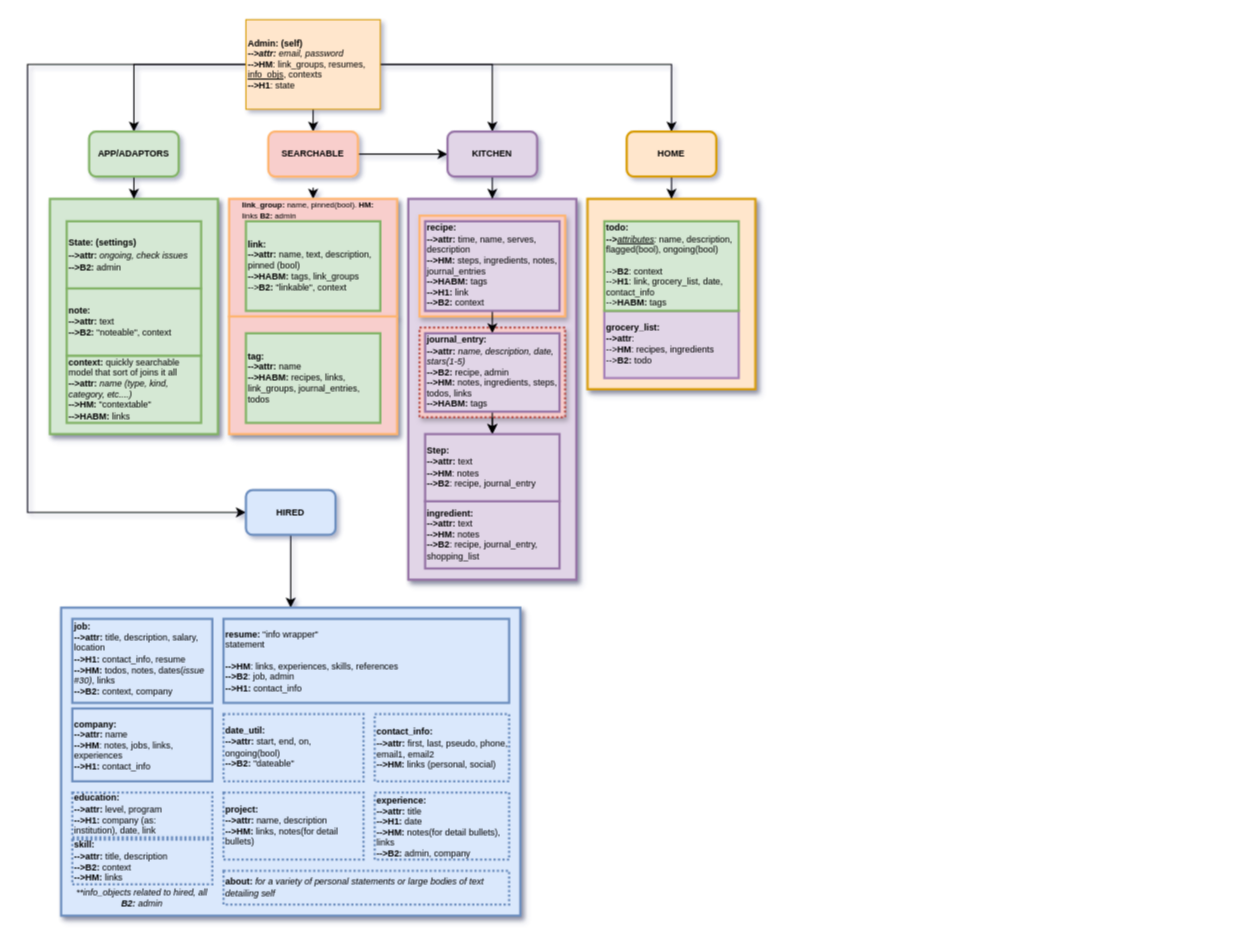
This is docs/self.oo-map.drawio from horaciovelvetine/horaciovelvetine, a draw.io file, before an edit. Source tidied: cells renumbered, new cells numbered last; positions are measured from the earlier drawing's top-left corner, leaving out a move shared by most shapes. Both pictures are drawn from the tidied source at 112%, with x=0, y=0 at pixel (27, 19).
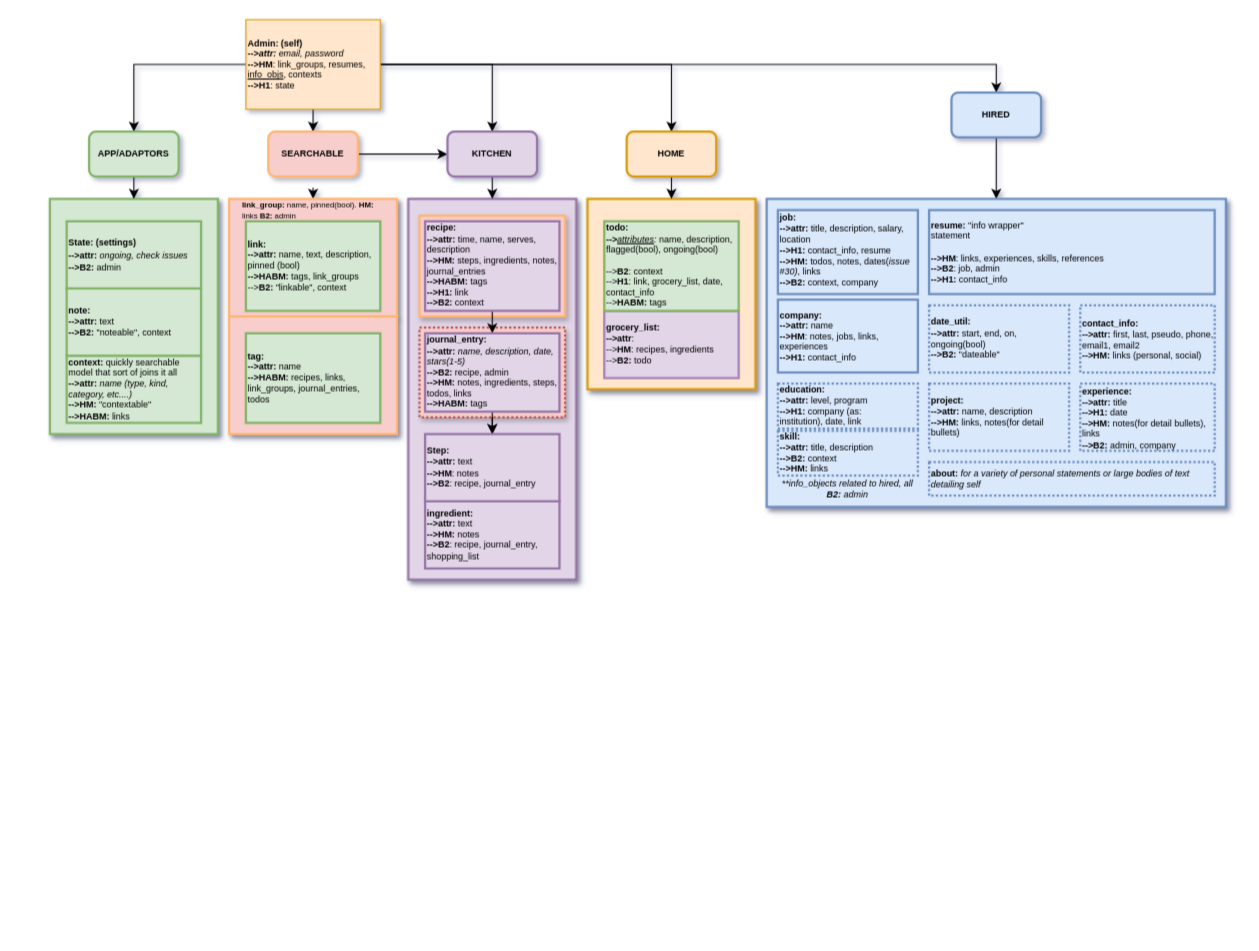
The same diagram, later.

The change refers to these unchanged cells:
```xml
<mxCell id="10" value="&lt;b&gt;Admin: (self)&lt;/b&gt;&lt;br&gt;&lt;b&gt;--&amp;gt;&lt;/b&gt;&lt;i&gt;&lt;b&gt;attr:&lt;/b&gt; email, password&lt;/i&gt;&lt;br&gt;&lt;b&gt;--&amp;gt;HM&lt;/b&gt;: link_groups, resumes, &lt;u&gt;info_objs&lt;/u&gt;, contexts&lt;br&gt;&lt;b&gt;--&amp;gt;H1&lt;/b&gt;: state" style="rounded=0;whiteSpace=wrap;html=1;fontSize=8;align=left;fillColor=#ffe6cc;strokeColor=#d79b00;rotation=0;" parent="1" vertex="1">
  <mxGeometry x="195" width="120" height="80" as="geometry" />
</mxCell>
```

Diff of the diagram source:
```diff
@@
-    <mxCell id="9" style="edgeStyle=orthogonalEdgeStyle;rounded=0;jettySize=auto;html=1;exitX=0;exitY=0.5;exitDx=0;exitDy=0;entryX=0;entryY=0.5;entryDx=0;entryDy=0;fontSize=8;fontColor=none;" parent="1" edge="1" source="10" target="38">
-      <mxGeometry relative="1" as="geometry">
-        <Array as="points">
-          <mxPoint y="40" />
-          <mxPoint y="440" />
-        </Array>
-      </mxGeometry>
+    <mxCell id="9" style="edgeStyle=orthogonalEdgeStyle;rounded=0;jettySize=auto;html=1;exitX=1;exitY=0.5;exitDx=0;exitDy=0;entryX=0.5;entryY=0;entryDx=0;entryDy=0;" parent="1" edge="1" source="10" target="38">
+      <mxGeometry relative="1" as="geometry" />
     </mxCell>
@@
     <mxCell id="38" value="&lt;b&gt;HIRED&lt;br&gt;&lt;/b&gt;" style="rounded=1;whiteSpace=wrap;html=1;fontSize=8;align=center;fillColor=#dae8fc;strokeColor=#6c8ebf;rotation=0;strokeWidth=2;" parent="1" vertex="1">
-      <mxGeometry x="195" y="420" width="80" height="40" as="geometry" />
+      <mxGeometry x="825" y="65" width="80" height="40" as="geometry" />
     </mxCell>
@@
+    <mxCell id="53" style="group;" parent="1" vertex="1">
+      <mxGeometry x="660" y="160" width="410" height="275" as="geometry" />
+    </mxCell>
-    <mxCell id="41" style="rounded=0;whiteSpace=wrap;html=1;shadow=1;glass=0;sketch=0;fontSize=7;strokeColor=#6c8ebf;strokeWidth=2;fillColor=#dae8fc;" parent="1" vertex="1">
-      <mxGeometry x="30" y="525" width="410" height="275" as="geometry" />
+    <mxCell id="41" style="rounded=0;whiteSpace=wrap;html=1;shadow=1;glass=0;sketch=0;fontSize=7;strokeColor=#6c8ebf;strokeWidth=2;fillColor=#dae8fc;" parent="53" vertex="1">
+      <mxGeometry width="410" height="275" as="geometry" />
     </mxCell>
-    <mxCell id="42" value="&lt;b&gt;company:&lt;/b&gt;&lt;br&gt;&lt;b&gt;--&amp;gt;attr:&lt;/b&gt; name&lt;br&gt;&lt;b&gt;--&amp;gt;HM&lt;/b&gt;: notes, jobs, links, experiences&lt;br&gt;&lt;b&gt;--&amp;gt;H1: &lt;/b&gt;contact_info" style="rounded=0;whiteSpace=wrap;html=1;fontSize=8;align=left;fillColor=#dae8fc;strokeColor=#6c8ebf;rotation=0;strokeWidth=2;" parent="1" vertex="1">
-      <mxGeometry x="40" y="615" width="125" height="65" as="geometry" />
+    <mxCell id="42" value="&lt;b&gt;company:&lt;/b&gt;&lt;br&gt;&lt;b&gt;--&amp;gt;attr:&lt;/b&gt; name&lt;br&gt;&lt;b&gt;--&amp;gt;HM&lt;/b&gt;: notes, jobs, links, experiences&lt;br&gt;&lt;b&gt;--&amp;gt;H1: &lt;/b&gt;contact_info" style="rounded=0;whiteSpace=wrap;html=1;fontSize=8;align=left;fillColor=#dae8fc;strokeColor=#6c8ebf;rotation=0;strokeWidth=2;" parent="53" vertex="1">
+      <mxGeometry x="10" y="90" width="125" height="65" as="geometry" />
     </mxCell>
-    <mxCell id="43" value="&lt;b&gt;resume: &lt;/b&gt;&quot;info wrapper&quot;&lt;br&gt;statement&lt;br&gt;&lt;br&gt;&lt;b&gt;--&amp;gt;HM&lt;/b&gt;: links, experiences, skills, references&lt;br&gt;&lt;b&gt;--&amp;gt;B2&lt;/b&gt;: job, admin&lt;br&gt;&lt;b&gt;--&amp;gt;H1:&lt;/b&gt; contact_info" style="rounded=0;whiteSpace=wrap;html=1;fontSize=8;align=left;fillColor=#dae8fc;strokeColor=#6c8ebf;rotation=0;strokeWidth=2;" parent="1" vertex="1">
-      <mxGeometry x="175" y="535" width="255" height="75" as="geometry" />
+    <mxCell id="43" value="&lt;b&gt;resume: &lt;/b&gt;&quot;info wrapper&quot;&lt;br&gt;statement&lt;br&gt;&lt;br&gt;&lt;b&gt;--&amp;gt;HM&lt;/b&gt;: links, experiences, skills, references&lt;br&gt;&lt;b&gt;--&amp;gt;B2&lt;/b&gt;: job, admin&lt;br&gt;&lt;b&gt;--&amp;gt;H1:&lt;/b&gt; contact_info" style="rounded=0;whiteSpace=wrap;html=1;fontSize=8;align=left;fillColor=#dae8fc;strokeColor=#6c8ebf;rotation=0;strokeWidth=2;" parent="53" vertex="1">
+      <mxGeometry x="145" y="10" width="255" height="75" as="geometry" />
     </mxCell>
-    <mxCell id="44" value="&lt;font size=&quot;1&quot;&gt;&lt;span style=&quot;font-size: 8px&quot;&gt;&lt;b&gt;contact_info:&lt;/b&gt;&lt;br&gt;&lt;div&gt;&lt;b style=&quot;font-weight: bold&quot;&gt;--&amp;gt;&lt;/b&gt;&lt;b&gt;attr:&lt;/b&gt; first, last, pseudo, phone, email1, email2&lt;/div&gt;&lt;div&gt;&lt;b&gt;--&amp;gt;HM: &lt;/b&gt;links (personal, social)&lt;/div&gt;&lt;/span&gt;&lt;/font&gt;" style="rounded=0;whiteSpace=wrap;html=1;shadow=0;glass=0;sketch=0;fontSize=7;strokeColor=#6c8ebf;strokeWidth=2;fillColor=#dae8fc;align=left;dashed=1;dashPattern=1 1;" parent="1" vertex="1">
-      <mxGeometry x="310" y="620" width="120" height="60" as="geometry" />
+    <mxCell id="44" value="&lt;font size=&quot;1&quot;&gt;&lt;span style=&quot;font-size: 8px&quot;&gt;&lt;b&gt;contact_info:&lt;/b&gt;&lt;br&gt;&lt;div&gt;&lt;b style=&quot;font-weight: bold&quot;&gt;--&amp;gt;&lt;/b&gt;&lt;b&gt;attr:&lt;/b&gt; first, last, pseudo, phone, email1, email2&lt;/div&gt;&lt;div&gt;&lt;b&gt;--&amp;gt;HM: &lt;/b&gt;links (personal, social)&lt;/div&gt;&lt;/span&gt;&lt;/font&gt;" style="rounded=0;whiteSpace=wrap;html=1;shadow=0;glass=0;sketch=0;fontSize=7;strokeColor=#6c8ebf;strokeWidth=2;fillColor=#dae8fc;align=left;dashed=1;dashPattern=1 1;" parent="53" vertex="1">
+      <mxGeometry x="280" y="95" width="120" height="60" as="geometry" />
     </mxCell>
-    <mxCell id="45" value="&lt;font size=&quot;1&quot;&gt;&lt;span style=&quot;font-size: 8px&quot;&gt;&lt;b&gt;experience:&lt;/b&gt;&lt;br&gt;&lt;div&gt;&lt;b style=&quot;font-weight: bold&quot;&gt;--&amp;gt;&lt;/b&gt;&lt;b&gt;attr:&lt;/b&gt;&amp;nbsp;title&lt;/div&gt;&lt;div&gt;&lt;b&gt;--&amp;gt;H1: &lt;/b&gt;date&lt;/div&gt;&lt;div&gt;&lt;b&gt;--&amp;gt;HM: &lt;/b&gt;notes(for detail bullets), links&lt;/div&gt;&lt;div&gt;&lt;b&gt;--&amp;gt;B2: &lt;/b&gt;admin, company&lt;/div&gt;&lt;/span&gt;&lt;/font&gt;" style="rounded=0;whiteSpace=wrap;html=1;shadow=0;glass=0;sketch=0;fontSize=7;strokeColor=#6c8ebf;strokeWidth=2;fillColor=#dae8fc;align=left;dashed=1;dashPattern=1 1;" parent="1" vertex="1">
-      <mxGeometry x="310" y="690" width="120" height="60" as="geometry" />
+    <mxCell id="45" value="&lt;font size=&quot;1&quot;&gt;&lt;span style=&quot;font-size: 8px&quot;&gt;&lt;b&gt;experience:&lt;/b&gt;&lt;br&gt;&lt;div&gt;&lt;b style=&quot;font-weight: bold&quot;&gt;--&amp;gt;&lt;/b&gt;&lt;b&gt;attr:&lt;/b&gt;&amp;nbsp;title&lt;/div&gt;&lt;div&gt;&lt;b&gt;--&amp;gt;H1: &lt;/b&gt;date&lt;/div&gt;&lt;div&gt;&lt;b&gt;--&amp;gt;HM: &lt;/b&gt;notes(for detail bullets), links&lt;/div&gt;&lt;div&gt;&lt;b&gt;--&amp;gt;B2: &lt;/b&gt;admin, company&lt;/div&gt;&lt;/span&gt;&lt;/font&gt;" style="rounded=0;whiteSpace=wrap;html=1;shadow=0;glass=0;sketch=0;fontSize=7;strokeColor=#6c8ebf;strokeWidth=2;fillColor=#dae8fc;align=left;dashed=1;dashPattern=1 1;" parent="53" vertex="1">
+      <mxGeometry x="280" y="165" width="120" height="60" as="geometry" />
     </mxCell>
-    <mxCell id="46" value="&lt;span style=&quot;font-size: 8px&quot;&gt;&lt;b&gt;skill:&lt;/b&gt;&lt;br&gt;&lt;b&gt;--&amp;gt;attr: &lt;/b&gt;title, description&lt;br&gt;&lt;b&gt;--&amp;gt;B2: &lt;/b&gt;context&lt;br&gt;&lt;b&gt;--&amp;gt;HM: &lt;/b&gt;links&lt;br&gt;&lt;/span&gt;" style="rounded=0;whiteSpace=wrap;html=1;shadow=0;glass=0;sketch=0;fontSize=7;strokeColor=#6c8ebf;strokeWidth=2;fillColor=#dae8fc;align=left;dashed=1;dashPattern=1 1;" parent="1" vertex="1">
-      <mxGeometry x="40" y="732" width="125" height="40" as="geometry" />
+    <mxCell id="46" value="&lt;span style=&quot;font-size: 8px&quot;&gt;&lt;b&gt;skill:&lt;/b&gt;&lt;br&gt;&lt;b&gt;--&amp;gt;attr: &lt;/b&gt;title, description&lt;br&gt;&lt;b&gt;--&amp;gt;B2: &lt;/b&gt;context&lt;br&gt;&lt;b&gt;--&amp;gt;HM: &lt;/b&gt;links&lt;br&gt;&lt;/span&gt;" style="rounded=0;whiteSpace=wrap;html=1;shadow=0;glass=0;sketch=0;fontSize=7;strokeColor=#6c8ebf;strokeWidth=2;fillColor=#dae8fc;align=left;dashed=1;dashPattern=1 1;" parent="53" vertex="1">
+      <mxGeometry x="10" y="207" width="125" height="40" as="geometry" />
     </mxCell>
-    <mxCell id="47" value="&lt;span style=&quot;font-size: 8px&quot;&gt;&lt;b&gt;date_util:&lt;br&gt;--&amp;gt;attr: &lt;/b&gt;start, end, on, ongoing(bool)&lt;br&gt;&lt;b&gt;--&amp;gt;B2: &lt;/b&gt;&quot;dateable&quot;&lt;br&gt;&lt;/span&gt;" style="rounded=0;whiteSpace=wrap;html=1;shadow=0;glass=0;sketch=0;fontSize=7;strokeColor=#6c8ebf;strokeWidth=2;fillColor=#dae8fc;align=left;dashed=1;dashPattern=1 1;" parent="1" vertex="1">
-      <mxGeometry x="175" y="620" width="125" height="60" as="geometry" />
+    <mxCell id="47" value="&lt;span style=&quot;font-size: 8px&quot;&gt;&lt;b&gt;date_util:&lt;br&gt;--&amp;gt;attr: &lt;/b&gt;start, end, on, ongoing(bool)&lt;br&gt;&lt;b&gt;--&amp;gt;B2: &lt;/b&gt;&quot;dateable&quot;&lt;br&gt;&lt;/span&gt;" style="rounded=0;whiteSpace=wrap;html=1;shadow=0;glass=0;sketch=0;fontSize=7;strokeColor=#6c8ebf;strokeWidth=2;fillColor=#dae8fc;align=left;dashed=1;dashPattern=1 1;" parent="53" vertex="1">
+      <mxGeometry x="145" y="95" width="125" height="60" as="geometry" />
     </mxCell>
-    <mxCell id="48" value="&lt;span style=&quot;font-size: 8px&quot;&gt;&lt;b&gt;project:&lt;br&gt;--&amp;gt;attr:&lt;/b&gt; name, description&lt;br&gt;&lt;b&gt;--&amp;gt;HM: &lt;/b&gt;links, notes(&lt;/span&gt;&lt;span style=&quot;font-size: 8px&quot;&gt;for detail bullets&lt;/span&gt;&lt;span style=&quot;font-size: 8px&quot;&gt;)&lt;br&gt;&lt;/span&gt;" style="rounded=0;whiteSpace=wrap;html=1;shadow=0;glass=0;sketch=0;fontSize=7;strokeColor=#6c8ebf;strokeWidth=2;fillColor=#dae8fc;align=left;dashed=1;dashPattern=1 1;" parent="1" vertex="1">
-      <mxGeometry x="175" y="690" width="125" height="60" as="geometry" />
+    <mxCell id="48" value="&lt;span style=&quot;font-size: 8px&quot;&gt;&lt;b&gt;project:&lt;br&gt;--&amp;gt;attr:&lt;/b&gt; name, description&lt;br&gt;&lt;b&gt;--&amp;gt;HM: &lt;/b&gt;links, notes(&lt;/span&gt;&lt;span style=&quot;font-size: 8px&quot;&gt;for detail bullets&lt;/span&gt;&lt;span style=&quot;font-size: 8px&quot;&gt;)&lt;br&gt;&lt;/span&gt;" style="rounded=0;whiteSpace=wrap;html=1;shadow=0;glass=0;sketch=0;fontSize=7;strokeColor=#6c8ebf;strokeWidth=2;fillColor=#dae8fc;align=left;dashed=1;dashPattern=1 1;" parent="53" vertex="1">
+      <mxGeometry x="145" y="165" width="125" height="60" as="geometry" />
     </mxCell>
-    <mxCell id="49" value="&lt;span style=&quot;font-size: 8px&quot;&gt;&lt;b&gt;job:&lt;/b&gt;&lt;br&gt;&lt;b&gt;--&amp;gt;attr: &lt;/b&gt;title, description, salary, location&lt;br&gt;&lt;b&gt;--&amp;gt;H1: &lt;/b&gt;contact_info, resume&lt;br&gt;&lt;b&gt;--&amp;gt;HM: &lt;/b&gt;todos, notes, dates(&lt;i&gt;issue #30)&lt;/i&gt;, links&lt;br&gt;&lt;b&gt;--&amp;gt;B2: &lt;/b&gt;context, company&lt;br&gt;&lt;br&gt;&lt;/span&gt;" style="rounded=0;whiteSpace=wrap;html=1;shadow=0;glass=0;sketch=0;fontSize=7;strokeColor=#6c8ebf;strokeWidth=2;fillColor=#dae8fc;align=left;labelPosition=center;verticalLabelPosition=middle;verticalAlign=middle;spacingTop=7;" parent="1" vertex="1">
-      <mxGeometry x="40" y="535" width="125" height="75" as="geometry" />
+    <mxCell id="49" value="&lt;span style=&quot;font-size: 8px&quot;&gt;&lt;b&gt;job:&lt;/b&gt;&lt;br&gt;&lt;b&gt;--&amp;gt;attr: &lt;/b&gt;title, description, salary, location&lt;br&gt;&lt;b&gt;--&amp;gt;H1: &lt;/b&gt;contact_info, resume&lt;br&gt;&lt;b&gt;--&amp;gt;HM: &lt;/b&gt;todos, notes, dates(&lt;i&gt;issue #30)&lt;/i&gt;, links&lt;br&gt;&lt;b&gt;--&amp;gt;B2: &lt;/b&gt;context, company&lt;br&gt;&lt;br&gt;&lt;/span&gt;" style="rounded=0;whiteSpace=wrap;html=1;shadow=0;glass=0;sketch=0;fontSize=7;strokeColor=#6c8ebf;strokeWidth=2;fillColor=#dae8fc;align=left;labelPosition=center;verticalLabelPosition=middle;verticalAlign=middle;spacingTop=7;" parent="53" vertex="1">
+      <mxGeometry x="10" y="10" width="125" height="75" as="geometry" />
     </mxCell>
-    <mxCell id="50" value="&lt;span style=&quot;font-size: 8px&quot;&gt;&lt;b&gt;education:&lt;br&gt;--&amp;gt;attr: &lt;/b&gt;level, program&amp;nbsp;&lt;b&gt;&lt;br&gt;--&amp;gt;H1: &lt;/b&gt;company (as: institution),&lt;b&gt;&amp;nbsp;&lt;/b&gt;date, link&lt;/span&gt;&lt;span style=&quot;font-size: 8px&quot;&gt;&lt;br&gt;&lt;/span&gt;" style="rounded=0;whiteSpace=wrap;html=1;shadow=0;glass=0;sketch=0;fontSize=7;strokeColor=#6c8ebf;strokeWidth=2;fillColor=#dae8fc;align=left;dashed=1;dashPattern=1 1;" parent="1" vertex="1">
-      <mxGeometry x="40" y="690" width="125" height="40" as="geometry" />
+    <mxCell id="50" value="&lt;span style=&quot;font-size: 8px&quot;&gt;&lt;b&gt;education:&lt;br&gt;--&amp;gt;attr: &lt;/b&gt;level, program&amp;nbsp;&lt;b&gt;&lt;br&gt;--&amp;gt;H1: &lt;/b&gt;company (as: institution),&lt;b&gt;&amp;nbsp;&lt;/b&gt;date, link&lt;/span&gt;&lt;span style=&quot;font-size: 8px&quot;&gt;&lt;br&gt;&lt;/span&gt;" style="rounded=0;whiteSpace=wrap;html=1;shadow=0;glass=0;sketch=0;fontSize=7;strokeColor=#6c8ebf;strokeWidth=2;fillColor=#dae8fc;align=left;dashed=1;dashPattern=1 1;" parent="53" vertex="1">
+      <mxGeometry x="10" y="165" width="125" height="40" as="geometry" />
     </mxCell>
-    <mxCell id="51" value="&lt;i&gt;**info_objects related to hired, all &lt;b&gt;B2: &lt;/b&gt;admin&lt;/i&gt;" style="text;html=1;strokeColor=none;fillColor=none;align=center;verticalAlign=middle;whiteSpace=wrap;rounded=0;labelPosition=center;verticalLabelPosition=middle;fontSize=8;" parent="1" vertex="1">
-      <mxGeometry x="40" y="772" width="125" height="23" as="geometry" />
+    <mxCell id="51" value="&lt;i&gt;**info_objects related to hired, all &lt;b&gt;B2: &lt;/b&gt;admin&lt;/i&gt;" style="text;html=1;strokeColor=none;fillColor=none;align=center;verticalAlign=middle;whiteSpace=wrap;rounded=0;labelPosition=center;verticalLabelPosition=middle;fontSize=8;" parent="53" vertex="1">
+      <mxGeometry x="10" y="247" width="125" height="23" as="geometry" />
     </mxCell>
-    <mxCell id="52" value="&lt;span style=&quot;font-size: 8px&quot;&gt;&lt;b&gt;about: &lt;/b&gt;&lt;i&gt;for a variety of personal statements or large bodies of text detailing self&lt;/i&gt;&lt;/span&gt;" style="rounded=0;whiteSpace=wrap;html=1;shadow=0;glass=0;sketch=0;fontSize=7;strokeColor=#6c8ebf;strokeWidth=2;fillColor=#dae8fc;align=left;dashed=1;dashPattern=1 1;" parent="1" vertex="1">
-      <mxGeometry x="175" y="760" width="255" height="30" as="geometry" />
+    <mxCell id="52" value="&lt;span style=&quot;font-size: 8px&quot;&gt;&lt;b&gt;about: &lt;/b&gt;&lt;i&gt;for a variety of personal statements or large bodies of text detailing self&lt;/i&gt;&lt;/span&gt;" style="rounded=0;whiteSpace=wrap;html=1;shadow=0;glass=0;sketch=0;fontSize=7;strokeColor=#6c8ebf;strokeWidth=2;fillColor=#dae8fc;align=left;dashed=1;dashPattern=1 1;" parent="53" vertex="1">
+      <mxGeometry x="145" y="235" width="255" height="30" as="geometry" />
     </mxCell>
```
